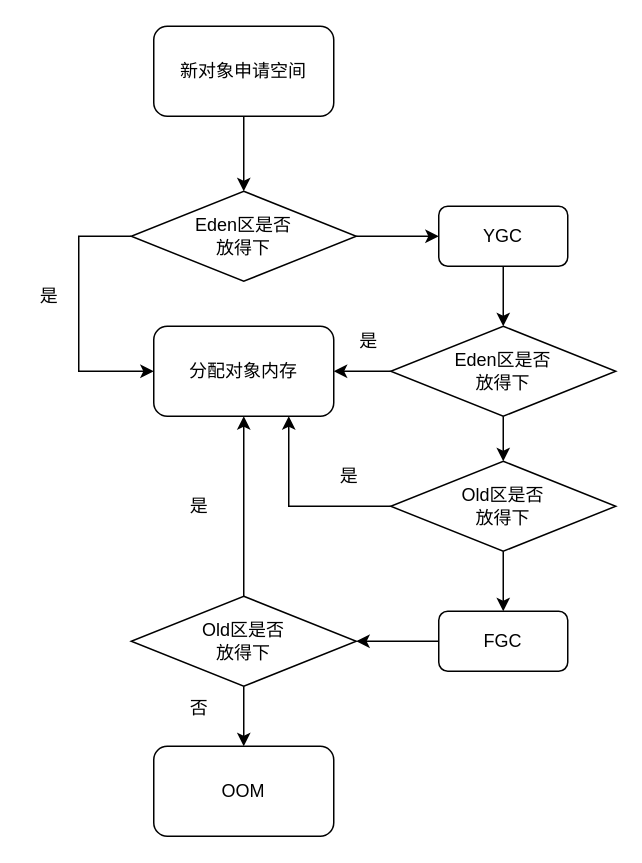
Before: jvm/内存分配策略.drawio in erlieStar/diagrams, a draw.io diagram. Source tidied: cells renumbered, new cells numbered last; positions are measured from the earlier drawing's top-left corner, leaving out a move shared by most shapes. Both pictures are drawn from the tidied source at 150%, with x=0, y=0 at pixel (26, 26).
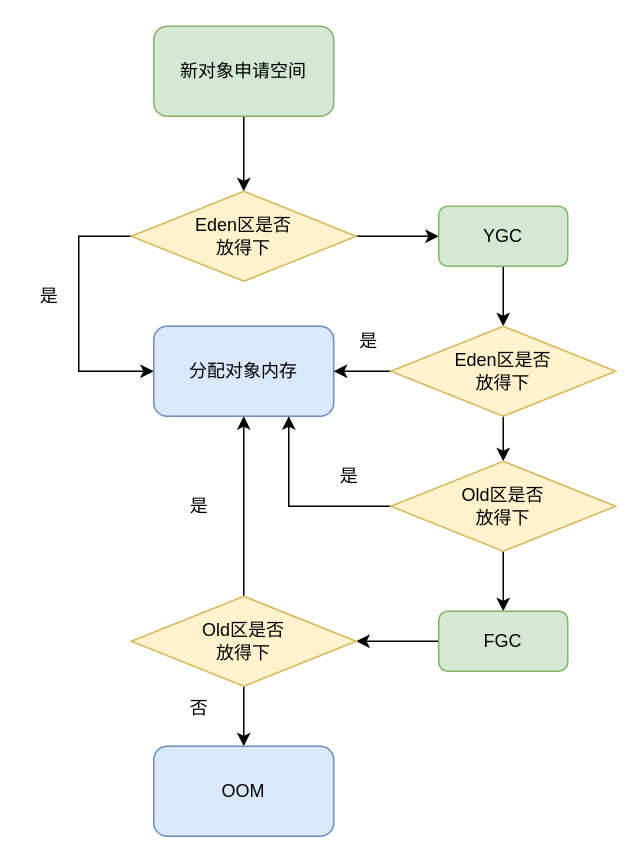
After the change.

Commit message (it also covers changes not shown here):
Update 内存分配策略.drawio

What changed in the source:
```diff
@@
-    <mxCell id="3" value="新对象申请空间" style="rounded=1;whiteSpace=wrap;html=1;" parent="1" vertex="1">
+    <mxCell id="3" value="新对象申请空间" style="rounded=1;whiteSpace=wrap;html=1;fillColor=#d5e8d4;strokeColor=#82b366;" parent="1" vertex="1">
       <mxGeometry x="85" width="120" height="60" as="geometry" />
     </mxCell>
@@
-    <mxCell id="6" value="Eden区是否&lt;br&gt;放得下" style="rhombus;whiteSpace=wrap;html=1;" parent="1" vertex="1">
+    <mxCell id="6" value="Eden区是否&lt;br&gt;放得下" style="rhombus;whiteSpace=wrap;html=1;fillColor=#fff2cc;strokeColor=#d6b656;" parent="1" vertex="1">
       <mxGeometry x="70" y="110" width="150" height="60" as="geometry" />
     </mxCell>
-    <mxCell id="7" value="分配对象内存" style="rounded=1;whiteSpace=wrap;html=1;" parent="1" vertex="1">
+    <mxCell id="7" value="分配对象内存" style="rounded=1;whiteSpace=wrap;html=1;fillColor=#dae8fc;strokeColor=#6c8ebf;" parent="1" vertex="1">
       <mxGeometry x="85" y="200" width="120" height="60" as="geometry" />
     </mxCell>
@@
-    <mxCell id="9" value="YGC" style="rounded=1;whiteSpace=wrap;html=1;" parent="1" vertex="1">
+    <mxCell id="9" value="YGC" style="rounded=1;whiteSpace=wrap;html=1;fillColor=#d5e8d4;strokeColor=#82b366;" parent="1" vertex="1">
       <mxGeometry x="275" y="120" width="86" height="40" as="geometry" />
     </mxCell>
@@
-    <mxCell id="12" value="Eden区是否&lt;br&gt;放得下" style="rhombus;whiteSpace=wrap;html=1;" parent="1" vertex="1">
+    <mxCell id="12" value="Eden区是否&lt;br&gt;放得下" style="rhombus;whiteSpace=wrap;html=1;fillColor=#fff2cc;strokeColor=#d6b656;" parent="1" vertex="1">
       <mxGeometry x="243" y="200" width="150" height="60" as="geometry" />
     </mxCell>
@@
-    <mxCell id="15" value="Old区是否&lt;br&gt;放得下" style="rhombus;whiteSpace=wrap;html=1;" parent="1" vertex="1">
+    <mxCell id="15" value="Old区是否&lt;br&gt;放得下" style="rhombus;whiteSpace=wrap;html=1;fillColor=#fff2cc;strokeColor=#d6b656;" parent="1" vertex="1">
       <mxGeometry x="243" y="290" width="150" height="60" as="geometry" />
     </mxCell>
@@
-    <mxCell id="17" value="FGC" style="rounded=1;whiteSpace=wrap;html=1;" parent="1" vertex="1">
+    <mxCell id="17" value="FGC" style="rounded=1;whiteSpace=wrap;html=1;fillColor=#d5e8d4;strokeColor=#82b366;" parent="1" vertex="1">
       <mxGeometry x="275" y="390" width="86" height="40" as="geometry" />
     </mxCell>
@@
-    <mxCell id="20" value="Old区是否&lt;br&gt;放得下" style="rhombus;whiteSpace=wrap;html=1;" parent="1" vertex="1">
+    <mxCell id="20" value="Old区是否&lt;br&gt;放得下" style="rhombus;whiteSpace=wrap;html=1;fillColor=#fff2cc;strokeColor=#d6b656;" parent="1" vertex="1">
       <mxGeometry x="70" y="380" width="150" height="60" as="geometry" />
     </mxCell>
-    <mxCell id="21" value="OOM" style="rounded=1;whiteSpace=wrap;html=1;" parent="1" vertex="1">
+    <mxCell id="21" value="OOM" style="rounded=1;whiteSpace=wrap;html=1;fillColor=#dae8fc;strokeColor=#6c8ebf;" parent="1" vertex="1">
       <mxGeometry x="85" y="480" width="120" height="60" as="geometry" />
     </mxCell>
```
